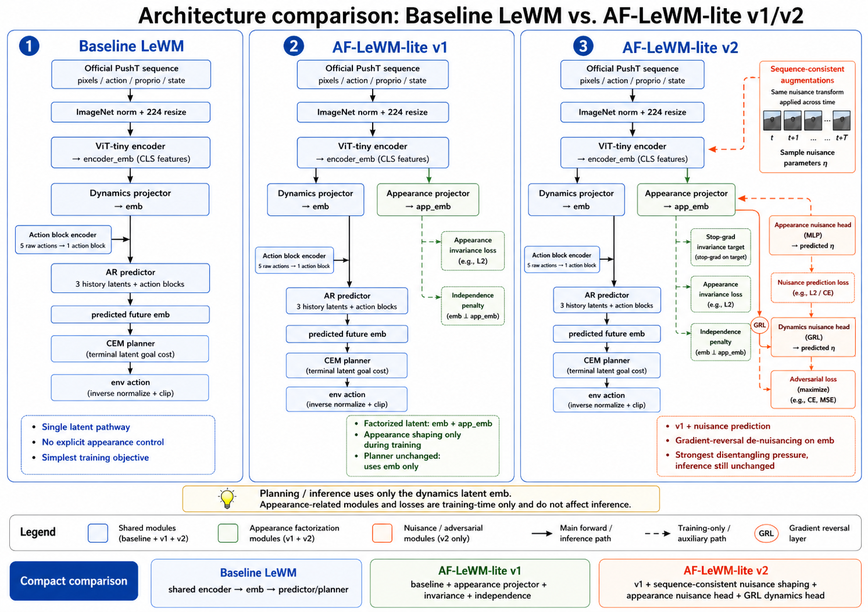
The Mermaid diagram report/aflewm_model_pipeline.png in YichengDraw/af-lewm-lite-experiments, before a commit. Its source is kept beside it as report/diagrams/aflewm_model_pipeline.mmd.
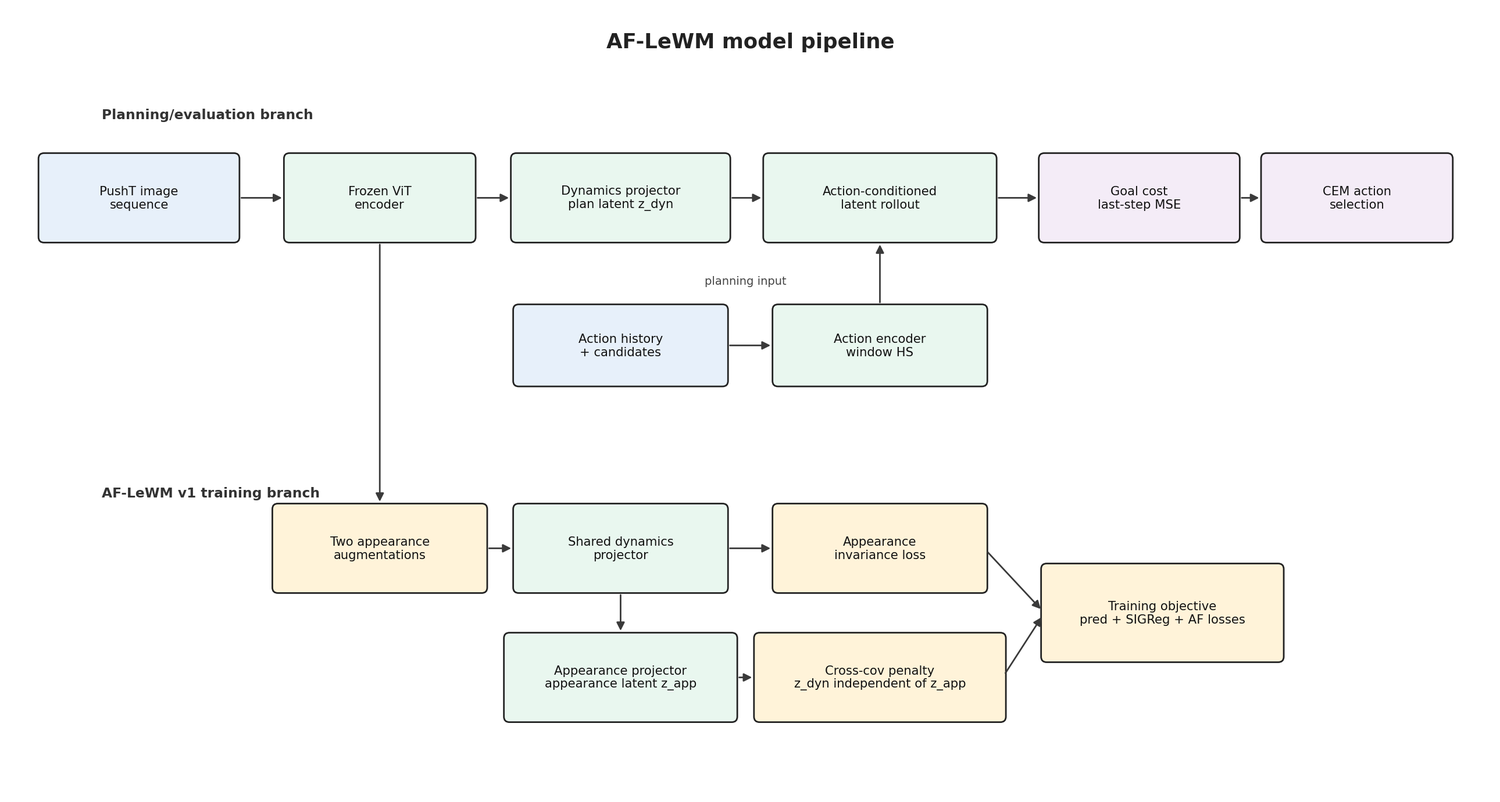
The same diagram one commit later.

What changed in the source:
```diff
@@ -10,6 +10,4 @@
   H --> I["Env action<br/>inverse normalize + clip"]
   C --> J["Appearance projector<br/>app_emb"]
   J --> K["AF v1 shaping losses<br/>invariance + independence"]
-  J --> L["AF v2 nuisance losses<br/>appearance head + GRL head"]
   K --> M["Training objective only"]
-  L --> M
```
